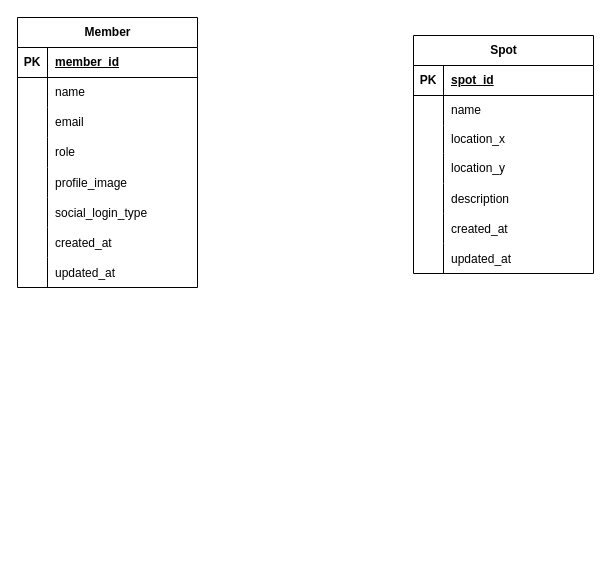
Earlier version of the draw.io diagram ShowingERD.drawio (2025-Tourism-Data-Utilization-Contest/ERD). Source tidied: cells renumbered, new cells numbered last; positions are measured from the earlier drawing's top-left corner, leaving out a move shared by most shapes. Both pictures are drawn from the tidied source at 100%, with x=0, y=0 at pixel (17, 17).
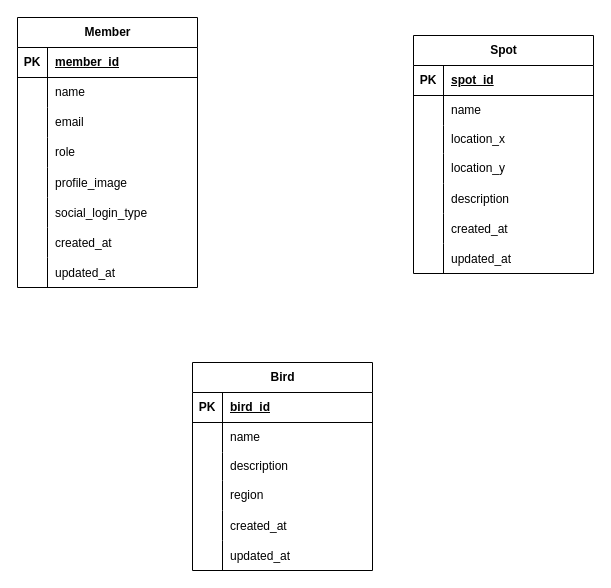
The same diagram, later.

Commit message:
docs: 새(Bird) 테이블 추가

Diff of the diagram source:
```diff
@@
+    <mxCell id="49" value="Bird" style="shape=table;startSize=30;childLayout=tableLayout;rowLines=0;fontStyle=1;align=center;html=1;" parent="1" vertex="1">
+      <mxGeometry x="175" y="345" width="180" height="208" as="geometry" />
+    </mxCell>
+    <mxCell id="50" style="shape=tableRow;horizontal=0;startSize=0;swimlaneHead=0;swimlaneBody=0;fillColor=none;top=0;left=0;right=0;bottom=1;" parent="49" vertex="1">
+      <mxGeometry y="30" width="180" height="30" as="geometry" />
+    </mxCell>
+    <mxCell id="51" value="PK" style="shape=partialRectangle;fillColor=none;top=0;left=0;bottom=0;right=0;fontStyle=1;overflow=hidden;whiteSpace=wrap;html=1;" parent="50" vertex="1">
+      <mxGeometry width="30" height="30" as="geometry" />
+    </mxCell>
+    <mxCell id="52" value="bird_id" style="shape=partialRectangle;fillColor=none;top=0;left=0;bottom=0;right=0;align=left;spacingLeft=6;fontStyle=5;overflow=hidden;whiteSpace=wrap;html=1;" parent="50" vertex="1">
+      <mxGeometry x="30" width="150" height="30" as="geometry" />
+    </mxCell>
+    <mxCell id="53" style="shape=tableRow;horizontal=0;startSize=0;swimlaneHead=0;swimlaneBody=0;fillColor=none;top=0;left=0;right=0;bottom=0;" parent="49" vertex="1">
+      <mxGeometry y="60" width="180" height="30" as="geometry" />
+    </mxCell>
+    <mxCell id="54" style="shape=partialRectangle;fillColor=none;top=0;left=0;bottom=0;right=0;overflow=hidden;whiteSpace=wrap;html=1;" parent="53" vertex="1">
+      <mxGeometry width="30" height="30" as="geometry" />
+    </mxCell>
+    <mxCell id="55" value="name" style="shape=partialRectangle;fillColor=none;top=0;left=0;bottom=0;right=0;align=left;spacingLeft=6;overflow=hidden;whiteSpace=wrap;html=1;" parent="53" vertex="1">
+      <mxGeometry x="30" width="150" height="30" as="geometry" />
+    </mxCell>
+    <mxCell id="56" style="shape=tableRow;horizontal=0;startSize=0;swimlaneHead=0;swimlaneBody=0;fillColor=none;top=0;left=0;right=0;bottom=0;" parent="49" vertex="1">
+      <mxGeometry y="90" width="180" height="28" as="geometry" />
+    </mxCell>
+    <mxCell id="57" style="shape=partialRectangle;fillColor=none;top=0;left=0;bottom=0;right=0;overflow=hidden;whiteSpace=wrap;html=1;" parent="56" vertex="1">
+      <mxGeometry width="30" height="28" as="geometry" />
+    </mxCell>
+    <mxCell id="58" value="description" style="shape=partialRectangle;fillColor=none;top=0;left=0;bottom=0;right=0;align=left;spacingLeft=6;overflow=hidden;whiteSpace=wrap;html=1;" parent="56" vertex="1">
+      <mxGeometry x="30" width="150" height="28" as="geometry" />
+    </mxCell>
+    <mxCell id="59" style="shape=tableRow;horizontal=0;startSize=0;swimlaneHead=0;swimlaneBody=0;fillColor=none;top=0;left=0;right=0;bottom=0;" parent="49" vertex="1">
+      <mxGeometry y="118" width="180" height="30" as="geometry" />
+    </mxCell>
+    <mxCell id="60" style="shape=partialRectangle;fillColor=none;top=0;left=0;bottom=0;right=0;overflow=hidden;whiteSpace=wrap;html=1;" parent="59" vertex="1">
+      <mxGeometry width="30" height="30" as="geometry" />
+    </mxCell>
+    <mxCell id="61" value="region" style="shape=partialRectangle;fillColor=none;top=0;left=0;bottom=0;right=0;align=left;spacingLeft=6;overflow=hidden;whiteSpace=wrap;html=1;" parent="59" vertex="1">
+      <mxGeometry x="30" width="150" height="30" as="geometry" />
+    </mxCell>
+    <mxCell id="62" style="shape=tableRow;horizontal=0;startSize=0;swimlaneHead=0;swimlaneBody=0;fillColor=none;top=0;left=0;right=0;bottom=0;" parent="49" vertex="1">
+      <mxGeometry y="148" width="180" height="30" as="geometry" />
+    </mxCell>
+    <mxCell id="63" style="shape=partialRectangle;fillColor=none;top=0;left=0;bottom=0;right=0;overflow=hidden;" parent="62" vertex="1">
+      <mxGeometry width="30" height="30" as="geometry" />
+    </mxCell>
+    <mxCell id="64" value="created_at" style="shape=partialRectangle;fillColor=none;top=0;left=0;bottom=0;right=0;align=left;spacingLeft=6;overflow=hidden;" parent="62" vertex="1">
+      <mxGeometry x="30" width="150" height="30" as="geometry" />
+    </mxCell>
+    <mxCell id="65" style="shape=tableRow;horizontal=0;startSize=0;swimlaneHead=0;swimlaneBody=0;fillColor=none;top=0;left=0;right=0;bottom=0;" parent="49" vertex="1">
+      <mxGeometry y="178" width="180" height="30" as="geometry" />
+    </mxCell>
+    <mxCell id="66" style="shape=partialRectangle;fillColor=none;top=0;left=0;bottom=0;right=0;overflow=hidden;" parent="65" vertex="1">
+      <mxGeometry width="30" height="30" as="geometry" />
+    </mxCell>
+    <mxCell id="67" value="updated_at" style="shape=partialRectangle;fillColor=none;top=0;left=0;bottom=0;right=0;align=left;spacingLeft=6;overflow=hidden;" parent="65" vertex="1">
+      <mxGeometry x="30" width="150" height="30" as="geometry" />
+    </mxCell>
```
